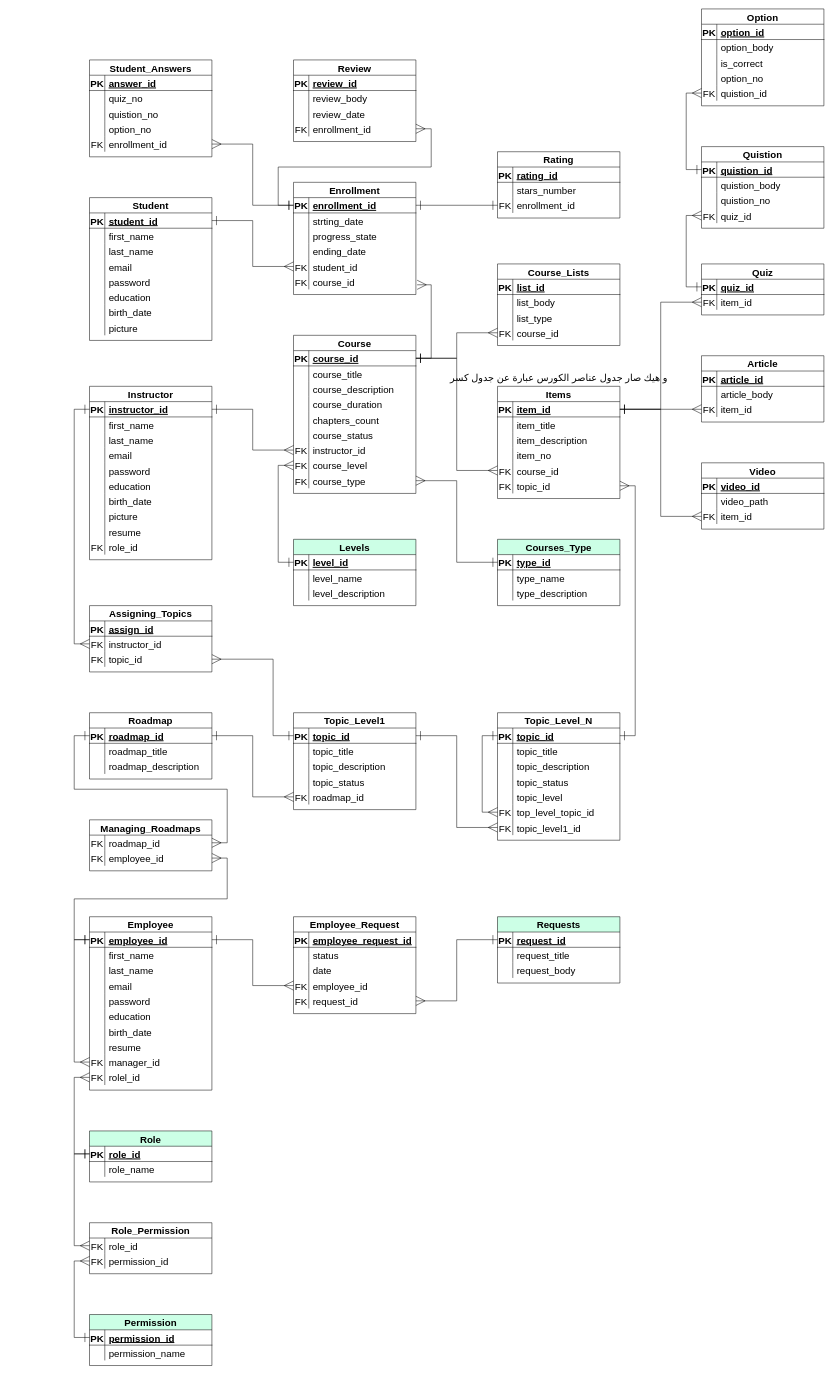
Above: roadmap platform erd.drawio in YAMANX8/UML (draw.io), before the change. Source tidied: cells renumbered, new cells numbered last; positions are measured from the earlier drawing's top-left corner, leaving out a move shared by most shapes. Both pictures are drawn from the tidied source at 51%, with x=0, y=0 at pixel (89, 9).
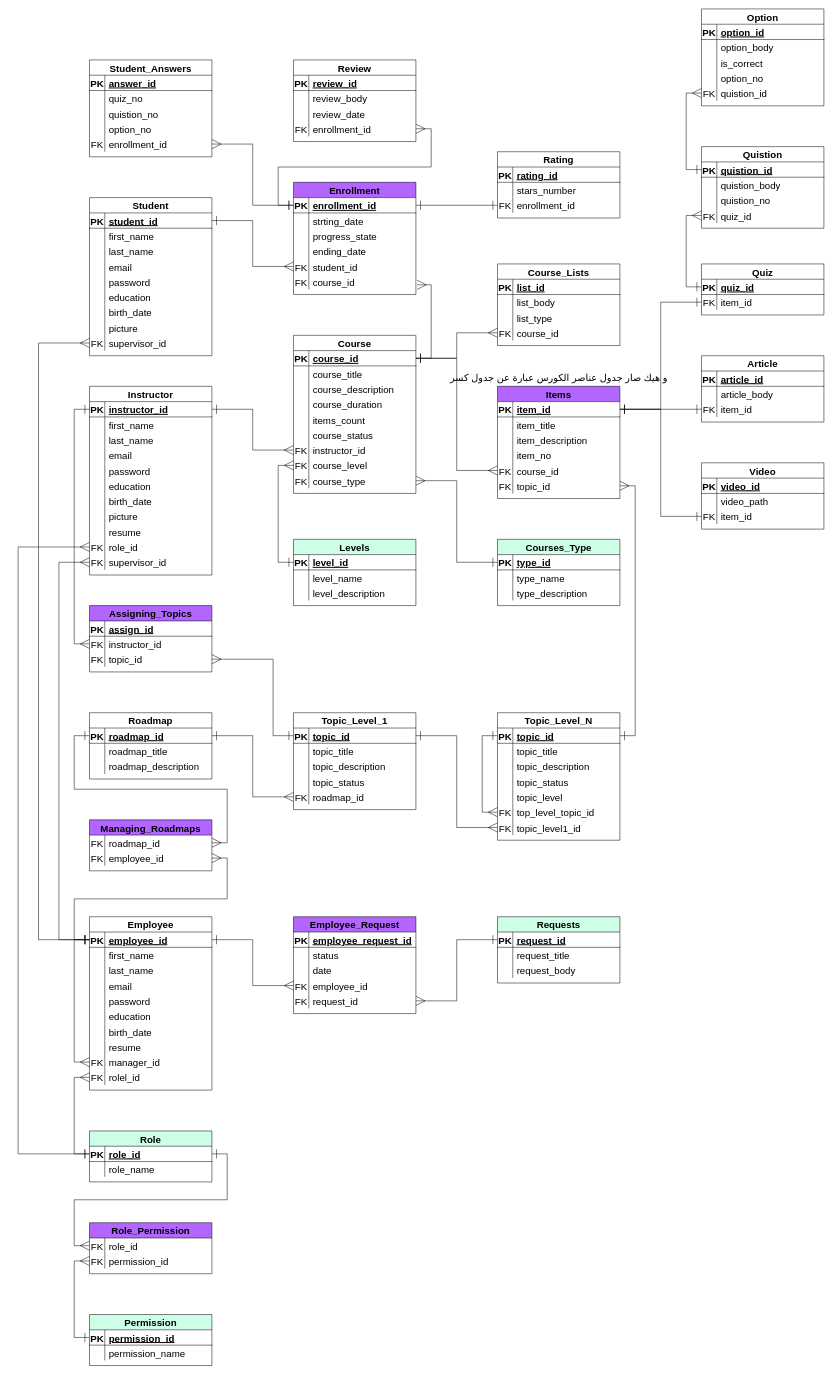
The same page after the edit.

Unchanged cells that the change refers to:
```xml
<mxCell id="36" style="shape=partialRectangle;fillColor=none;top=0;left=0;right=0;bottom=0;fontSize=19;" parent="23" vertex="1">
  <mxGeometry y="150" width="240" height="30" as="geometry" />
</mxCell>
<mxCell id="143" style="shape=partialRectangle;fillColor=none;points=[[0,0.5],[1,0.5]];portConstraint=eastwest;top=0;left=0;right=0;bottom=1;fontSize=19;" parent="142" vertex="1">
  <mxGeometry y="30" width="240" height="30" as="geometry" />
</mxCell>
<mxCell id="168" style="shape=partialRectangle;fillColor=none;points=[[0,0.5],[1,0.5]];portConstraint=eastwest;top=0;left=0;right=0;bottom=0;fontSize=19;" parent="161" vertex="1">
  <mxGeometry y="90" width="240" height="30" as="geometry" />
</mxCell>
<mxCell id="178" style="shape=partialRectangle;fillColor=none;points=[[0,0.5],[1,0.5]];portConstraint=eastwest;top=0;left=0;right=0;bottom=0;fontSize=19;" parent="171" vertex="1">
  <mxGeometry y="90" width="240" height="30" as="geometry" />
</mxCell>
<mxCell id="185" style="shape=partialRectangle;fillColor=none;points=[[0,0.5],[1,0.5]];portConstraint=eastwest;top=0;left=0;right=0;bottom=0;fontSize=19;" parent="181" vertex="1">
  <mxGeometry y="60" width="240" height="30" as="geometry" />
</mxCell>
<mxCell id="317" style="shape=partialRectangle;fillColor=none;points=[[0,0.5],[1,0.5]];portConstraint=eastwest;top=0;left=0;right=0;bottom=0;fontSize=19;" parent="289" vertex="1">
  <mxGeometry y="300" width="240" height="30" as="geometry" />
</mxCell>
<mxCell id="334" style="shape=partialRectangle;fillColor=none;points=[[0,0.5],[1,0.5]];portConstraint=eastwest;top=0;left=0;right=0;bottom=1;fontSize=19;" parent="333" vertex="1">
  <mxGeometry y="30" width="240" height="30" as="geometry" />
</mxCell>
<mxCell id="365" style="shape=partialRectangle;fillColor=none;points=[[0,0.5],[1,0.5]];portConstraint=eastwest;top=0;left=0;right=0;bottom=1;fontSize=19;" parent="364" vertex="1">
  <mxGeometry y="30" width="240" height="30" as="geometry" />
</mxCell>
<mxCell id="379" style="shape=partialRectangle;fillColor=none;points=[[0,0.5],[1,0.5]];portConstraint=eastwest;top=0;left=0;right=0;bottom=0;fontSize=19;" parent="378" vertex="1">
  <mxGeometry y="30" width="240" height="30" as="geometry" />
</mxCell>
```

The edit, as a diff of the source:
```diff
@@
-    <mxCell id="4" value="Enrollment" style="shape=table;startSize=30;childLayout=tableLayout;rowLines=0;fontStyle=1;align=center;fontSize=19;" parent="1" vertex="1">
+    <mxCell id="4" value="Enrollment" style="shape=table;startSize=30;childLayout=tableLayout;rowLines=0;fontStyle=1;align=center;fontSize=19;fillColor=#B266FF;" parent="1" vertex="1">
       <mxGeometry x="400" y="340" width="240" height="220" as="geometry" />
     </mxCell>
@@
-    <mxCell id="38" value="chapters_count" style="shape=partialRectangle;overflow=hidden;fillColor=none;top=0;left=0;bottom=0;right=0;align=left;spacingLeft=6;fontSize=19;" parent="36" vertex="1">
+    <mxCell id="38" value="items_count" style="shape=partialRectangle;overflow=hidden;fillColor=none;top=0;left=0;bottom=0;right=0;align=left;spacingLeft=6;fontSize=19;" parent="36" vertex="1">
       <mxGeometry x="30" width="210" height="30" as="geometry" />
     </mxCell>
@@
     <mxCell id="51" value="Student" style="shape=table;startSize=30;childLayout=tableLayout;rowLines=0;fontStyle=1;align=center;fontSize=19;" parent="1" vertex="1">
-      <mxGeometry y="370" width="240" height="280" as="geometry" />
+      <mxGeometry y="370" width="240" height="310" as="geometry" />
     </mxCell>
@@
+    <mxCell id="425" style="shape=partialRectangle;fillColor=none;points=[[0,0.5],[1,0.5]];portConstraint=eastwest;top=0;left=0;right=0;bottom=0;fontSize=19;" parent="51" vertex="1">
+      <mxGeometry y="270" width="240" height="30" as="geometry" />
+    </mxCell>
+    <mxCell id="426" value="FK" style="shape=partialRectangle;overflow=hidden;fillColor=none;top=0;left=0;bottom=0;right=0;fontSize=19;" parent="425" vertex="1">
+      <mxGeometry width="30" height="30" as="geometry" />
+    </mxCell>
+    <mxCell id="427" value="supervisor_id" style="shape=partialRectangle;overflow=hidden;fillColor=none;top=0;left=0;bottom=0;right=0;align=left;spacingLeft=6;fontSize=19;" parent="425" vertex="1">
+      <mxGeometry x="30" width="210" height="30" as="geometry" />
+    </mxCell>
@@
-    <mxCell id="142" value="Items" style="shape=table;startSize=30;childLayout=tableLayout;rowLines=0;fontStyle=1;align=center;fontSize=19;" parent="1" vertex="1">
+    <mxCell id="142" value="Items" style="shape=table;startSize=30;childLayout=tableLayout;rowLines=0;fontStyle=1;align=center;fontSize=19;fillColor=#b266ff;gradientColor=none;strokeColor=default;" parent="1" vertex="1">
       <mxGeometry x="800" y="740" width="240" height="220" as="geometry" />
     </mxCell>
@@
-    <mxCell id="188" style="edgeStyle=orthogonalEdgeStyle;shape=connector;rounded=0;jettySize=auto;html=1;labelBackgroundColor=default;strokeColor=default;fontFamily=Helvetica;fontSize=19;fontColor=default;startArrow=ERone;startFill=0;endArrow=ERmany;endFill=0;startSize=16;endSize=16;" parent="1" edge="1" source="143" target="185">
+    <mxCell id="188" style="edgeStyle=orthogonalEdgeStyle;shape=connector;rounded=0;jettySize=auto;html=1;labelBackgroundColor=default;strokeColor=default;fontFamily=Helvetica;fontSize=19;fontColor=default;startArrow=ERone;startFill=0;endArrow=ERone;endFill=0;startSize=16;endSize=16;" parent="1" edge="1" source="143" target="185">
       <mxGeometry relative="1" as="geometry" />
     </mxCell>
@@
-    <mxCell id="220" style="edgeStyle=orthogonalEdgeStyle;shape=connector;rounded=0;jettySize=auto;html=1;exitX=1;exitY=0.5;exitDx=0;exitDy=0;entryX=0;entryY=0.5;entryDx=0;entryDy=0;labelBackgroundColor=default;strokeColor=default;fontFamily=Helvetica;fontSize=19;fontColor=default;startArrow=ERone;startFill=0;endArrow=ERmany;endFill=0;startSize=16;endSize=16;" parent="1" edge="1" source="143" target="178">
+    <mxCell id="220" style="edgeStyle=orthogonalEdgeStyle;shape=connector;rounded=0;jettySize=auto;html=1;exitX=1;exitY=0.5;exitDx=0;exitDy=0;entryX=0;entryY=0.5;entryDx=0;entryDy=0;labelBackgroundColor=default;strokeColor=default;fontFamily=Helvetica;fontSize=19;fontColor=default;startArrow=ERone;startFill=0;endArrow=ERone;endFill=0;startSize=16;endSize=16;" parent="1" edge="1" source="143" target="178">
       <mxGeometry relative="1" as="geometry" />
     </mxCell>
-    <mxCell id="221" style="edgeStyle=orthogonalEdgeStyle;shape=connector;rounded=0;jettySize=auto;html=1;labelBackgroundColor=default;strokeColor=default;fontFamily=Helvetica;fontSize=19;fontColor=default;startArrow=ERone;startFill=0;endArrow=ERmany;endFill=0;startSize=16;endSize=16;entryX=0;entryY=0.5;entryDx=0;entryDy=0;" parent="1" edge="1" source="143" target="168">
+    <mxCell id="221" style="edgeStyle=orthogonalEdgeStyle;shape=connector;rounded=0;jettySize=auto;html=1;labelBackgroundColor=default;strokeColor=default;fontFamily=Helvetica;fontSize=19;fontColor=default;startArrow=ERone;startFill=0;endArrow=ERone;endFill=0;startSize=16;endSize=16;entryX=0;entryY=0.5;entryDx=0;entryDy=0;" parent="1" edge="1" source="143" target="168">
       <mxGeometry relative="1" as="geometry" />
     </mxCell>
@@
-    <mxCell id="246" value="Topic_Level1" style="shape=table;startSize=30;childLayout=tableLayout;rowLines=0;fontStyle=1;align=center;fontSize=19;" parent="1" vertex="1">
+    <mxCell id="246" value="Topic_Level_1" style="shape=table;startSize=30;childLayout=tableLayout;rowLines=0;fontStyle=1;align=center;fontSize=19;" parent="1" vertex="1">
       <mxGeometry x="400" y="1380" width="240" height="190" as="geometry" />
     </mxCell>
@@
     <mxCell id="289" value="Instructor" style="shape=table;startSize=30;childLayout=tableLayout;rowLines=0;fontStyle=1;align=center;fontSize=19;" parent="1" vertex="1">
-      <mxGeometry y="740" width="240" height="340" as="geometry" />
+      <mxGeometry y="740" width="240" height="370" as="geometry" />
     </mxCell>
@@
+    <mxCell id="428" style="shape=partialRectangle;fillColor=none;points=[[0,0.5],[1,0.5]];portConstraint=eastwest;top=0;left=0;right=0;bottom=0;fontSize=19;" parent="289" vertex="1">
+      <mxGeometry y="330" width="240" height="30" as="geometry" />
+    </mxCell>
+    <mxCell id="429" value="FK" style="shape=partialRectangle;overflow=hidden;fillColor=none;top=0;left=0;bottom=0;right=0;fontSize=19;" parent="428" vertex="1">
+      <mxGeometry width="30" height="30" as="geometry" />
+    </mxCell>
+    <mxCell id="430" value="supervisor_id" style="shape=partialRectangle;overflow=hidden;fillColor=none;top=0;left=0;bottom=0;right=0;align=left;spacingLeft=6;fontSize=19;" parent="428" vertex="1">
+      <mxGeometry x="30" width="210" height="30" as="geometry" />
+    </mxCell>
@@
-    <mxCell id="321" value="Assigning_Topics" style="shape=table;startSize=30;childLayout=tableLayout;rowLines=0;fontStyle=1;align=center;fontSize=19;" parent="1" vertex="1">
+    <mxCell id="321" value="Assigning_Topics" style="shape=table;startSize=30;childLayout=tableLayout;rowLines=0;fontStyle=1;align=center;fontSize=19;swimlaneFillColor=default;fillColor=#B266FF;" parent="1" vertex="1">
       <mxGeometry y="1170" width="240" height="130" as="geometry" />
     </mxCell>
@@
-    <mxCell id="378" value="Role_Permission" style="shape=table;startSize=30;childLayout=tableLayout;rowLines=0;fontStyle=1;align=center;fontSize=19;" parent="1" vertex="1">
+    <mxCell id="378" value="Role_Permission" style="shape=table;startSize=30;childLayout=tableLayout;rowLines=0;fontStyle=1;align=center;fontSize=19;fillColor=#b266ff;" parent="1" vertex="1">
       <mxGeometry y="2380" width="240" height="100" as="geometry" />
     </mxCell>
@@
-    <mxCell id="385" style="edgeStyle=orthogonalEdgeStyle;shape=connector;rounded=0;jettySize=auto;html=1;exitX=0;exitY=0.5;exitDx=0;exitDy=0;entryX=0;entryY=0.5;entryDx=0;entryDy=0;labelBackgroundColor=default;strokeColor=default;fontFamily=Helvetica;fontSize=19;fontColor=default;startArrow=ERone;startFill=0;endArrow=ERmany;endFill=0;startSize=16;endSize=16;" parent="1" edge="1" source="365" target="379">
+    <mxCell id="385" style="edgeStyle=orthogonalEdgeStyle;shape=connector;rounded=0;jettySize=auto;html=1;exitX=1;exitY=0.5;exitDx=0;exitDy=0;entryX=0;entryY=0.5;entryDx=0;entryDy=0;labelBackgroundColor=default;strokeColor=default;fontFamily=Helvetica;fontSize=19;fontColor=default;startArrow=ERone;startFill=0;endArrow=ERmany;endFill=0;startSize=16;endSize=16;" parent="1" edge="1" source="365" target="379">
       <mxGeometry relative="1" as="geometry" />
     </mxCell>
@@
-    <mxCell id="388" value="Employee_Request" style="shape=table;startSize=30;childLayout=tableLayout;rowLines=0;fontStyle=1;align=center;fontSize=19;" parent="1" vertex="1">
+    <mxCell id="388" value="Employee_Request" style="shape=table;startSize=30;childLayout=tableLayout;rowLines=0;fontStyle=1;align=center;fontSize=19;fillColor=#b266ff;" parent="1" vertex="1">
       <mxGeometry x="400" y="1780" width="240" height="190" as="geometry" />
     </mxCell>
@@
-    <mxCell id="416" value="Managing_Roadmaps" style="shape=table;startSize=30;childLayout=tableLayout;rowLines=0;fontStyle=1;align=center;fontSize=19;" parent="1" vertex="1">
+    <mxCell id="416" value="Managing_Roadmaps" style="shape=table;startSize=30;childLayout=tableLayout;rowLines=0;fontStyle=1;align=center;fontSize=19;fillColor=#b266ff;" parent="1" vertex="1">
       <mxGeometry y="1590" width="240" height="100" as="geometry" />
     </mxCell>
@@
+    <mxCell id="431" style="edgeStyle=orthogonalEdgeStyle;shape=connector;rounded=0;jettySize=auto;html=1;exitX=0;exitY=0.5;exitDx=0;exitDy=0;labelBackgroundColor=default;strokeColor=default;fontFamily=Helvetica;fontSize=19;fontColor=default;startArrow=ERone;startFill=0;endArrow=ERmany;endFill=0;startSize=16;endSize=16;entryX=0;entryY=0.5;entryDx=0;entryDy=0;" parent="1" edge="1" source="365" target="317">
+      <mxGeometry relative="1" as="geometry">
+        <Array as="points">
+          <mxPoint x="-140" y="2245" />
+          <mxPoint x="-140" y="1055" />
+        </Array>
+      </mxGeometry>
+    </mxCell>
+    <mxCell id="432" style="edgeStyle=orthogonalEdgeStyle;shape=connector;rounded=0;jettySize=auto;html=1;exitX=0;exitY=0.5;exitDx=0;exitDy=0;entryX=0;entryY=0.5;entryDx=0;entryDy=0;labelBackgroundColor=default;strokeColor=default;fontFamily=Helvetica;fontSize=19;fontColor=default;startArrow=ERone;startFill=0;endArrow=ERmany;endFill=0;startSize=16;endSize=16;" parent="1" edge="1" source="334" target="425">
+      <mxGeometry relative="1" as="geometry">
+        <Array as="points">
+          <mxPoint x="-100" y="1825" />
+          <mxPoint x="-100" y="655" />
+        </Array>
+      </mxGeometry>
+    </mxCell>
+    <mxCell id="433" style="edgeStyle=orthogonalEdgeStyle;shape=connector;rounded=0;jettySize=auto;html=1;exitX=0;exitY=0.5;exitDx=0;exitDy=0;entryX=0;entryY=0.5;entryDx=0;entryDy=0;labelBackgroundColor=default;strokeColor=default;fontFamily=Helvetica;fontSize=19;fontColor=default;startArrow=ERone;startFill=0;endArrow=ERmany;endFill=0;startSize=16;endSize=16;" parent="1" edge="1" source="334" target="428">
+      <mxGeometry relative="1" as="geometry">
+        <Array as="points">
+          <mxPoint x="-60" y="1825" />
+          <mxPoint x="-60" y="1085" />
+        </Array>
+      </mxGeometry>
+    </mxCell>
```
